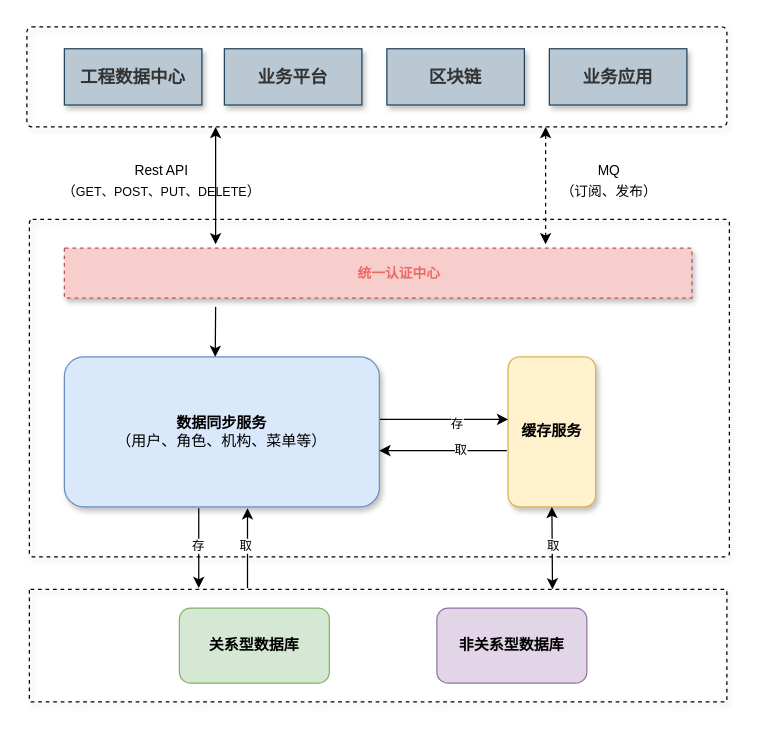
The draw.io diagram page "第 1 页" (1 of 2) of 东庄信息化项目-统一权限管理-审计.drawio in sun-beijixing/drawio, before the edit. Source tidied: cells renumbered, new cells numbered last; positions are measured from the earlier drawing's top-left corner, leaving out a move shared by most shapes. Both pictures are drawn from the tidied source at 125%, with x=0, y=0 at pixel (26, 26).
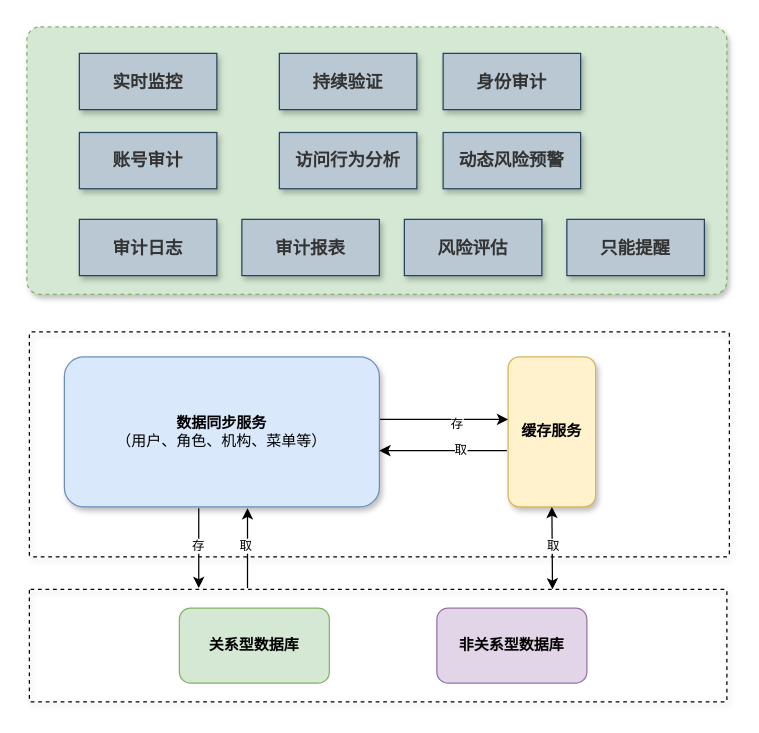
The same page after the edit.

Commit message (it also covers changes not shown here):
更新东庄信息化项目-统一权限管理-审计.drawio

The change refers to these unchanged cells:
```xml
<mxCell id="20" value="&lt;b&gt;数据同步服务&lt;/b&gt;&lt;br&gt;（用户、角色、机构、菜单等）" style="rounded=1;whiteSpace=wrap;html=1;fillColor=#dae8fc;strokeColor=#6c8ebf;shadow=1;arcSize=13;" parent="1" vertex="1">
  <mxGeometry x="30" y="264" width="252" height="120" as="geometry" />
</mxCell>
```

Change to the diagram source:
```diff
@@
     <mxCell id="2" style="text;html=1;fillColor=none;align=center;verticalAlign=middle;whiteSpace=wrap;fontSize=54;fontStyle=1;shadow=1;rounded=1;glass=0;sketch=0;arcSize=1;dashed=1;strokeWidth=1;strokeColor=default;" parent="1" vertex="1">
-      <mxGeometry x="2" y="154" width="560" height="270" as="geometry" />
+      <mxGeometry x="2" y="244" width="560" height="180" as="geometry" />
     </mxCell>
-    <mxCell id="3" style="rounded=1;whiteSpace=wrap;html=1;shadow=1;fontSize=11;strokeWidth=1;fillColor=none;dashed=1;arcSize=5;" parent="1" vertex="1">
-      <mxGeometry width="560" height="80" as="geometry" />
+    <mxCell id="3" style="rounded=1;whiteSpace=wrap;html=1;shadow=1;fontSize=11;strokeWidth=1;fillColor=#d5e8d4;dashed=1;arcSize=5;strokeColor=#82b366;" parent="1" vertex="1">
+      <mxGeometry width="560" height="214" as="geometry" />
     </mxCell>
-    <mxCell id="4" style="text;html=1;fillColor=#f8cecc;align=center;verticalAlign=middle;whiteSpace=wrap;fontSize=54;fontStyle=1;shadow=1;rounded=1;glass=0;sketch=0;arcSize=1;dashed=1;strokeWidth=1;strokeColor=#b85450;" parent="1" vertex="1">
-      <mxGeometry x="30" y="177" width="502" height="40" as="geometry" />
-    </mxCell>
-    <mxCell id="5" value="&lt;b style=&quot;color: rgb(51, 51, 51); font-size: 14px;&quot;&gt;工程数据中心&lt;/b&gt;" style="rounded=0;whiteSpace=wrap;html=1;shadow=1;fontSize=11;strokeColor=#23445d;strokeWidth=1;fillColor=#bac8d3;" parent="1" vertex="1">
-      <mxGeometry x="30" y="17.5" width="110" height="45" as="geometry" />
+    <mxCell id="5" value="&lt;b style=&quot;color: rgb(51, 51, 51); font-size: 14px;&quot;&gt;实时监控&lt;/b&gt;" style="rounded=0;whiteSpace=wrap;html=1;shadow=1;fontSize=11;strokeColor=#23445d;strokeWidth=1;fillColor=#bac8d3;" parent="1" vertex="1">
+      <mxGeometry x="42" y="21.2" width="110" height="45" as="geometry" />
     </mxCell>
-    <mxCell id="6" value="&lt;b style=&quot;color: rgb(51, 51, 51); font-size: 14px;&quot;&gt;业务应用&lt;/b&gt;" style="rounded=0;whiteSpace=wrap;html=1;shadow=1;fontSize=11;strokeColor=#23445d;strokeWidth=1;fillColor=#bac8d3;" parent="1" vertex="1">
-      <mxGeometry x="418" y="17.5" width="110" height="45" as="geometry" />
+    <mxCell id="6" value="&lt;b style=&quot;color: rgb(51, 51, 51); font-size: 14px;&quot;&gt;账号审计&lt;/b&gt;" style="rounded=0;whiteSpace=wrap;html=1;shadow=1;fontSize=11;strokeColor=#23445d;strokeWidth=1;fillColor=#bac8d3;" parent="1" vertex="1">
+      <mxGeometry x="42" y="84.5" width="110" height="45" as="geometry" />
     </mxCell>
-    <mxCell id="7" value="&lt;b&gt;&lt;font color=&quot;#ea6b66&quot;&gt;统一认证中心&lt;/font&gt;&lt;/b&gt;" style="text;html=1;strokeColor=none;fillColor=none;align=center;verticalAlign=middle;whiteSpace=wrap;rounded=0;shadow=1;fontSize=11;" parent="1" vertex="1">
-      <mxGeometry x="228" y="185" width="140" height="24" as="geometry" />
-    </mxCell>
-    <mxCell id="8" value="&lt;font style=&quot;font-size: 11px;&quot;&gt;MQ&lt;br&gt;（订阅、发布）&lt;br&gt;&lt;/font&gt;" style="text;html=1;strokeColor=none;fillColor=none;align=center;verticalAlign=middle;whiteSpace=wrap;rounded=0;shadow=1;fontSize=14;" parent="1" vertex="1">
-      <mxGeometry x="420" y="110" width="92" height="24" as="geometry" />
-    </mxCell>
-    <mxCell id="9" style="endArrow=classic;startArrow=classic;html=1;rounded=0;dashed=1;fontSize=11;fontColor=#000000;strokeColor=#000000;jumpStyle=none;entryX=0.75;entryY=1;entryDx=0;entryDy=0;" parent="1" edge="1">
-      <mxGeometry relative="1" as="geometry">
-        <mxPoint x="415" y="174" as="sourcePoint" />
-        <mxPoint x="415" y="80" as="targetPoint" />
-        <Array as="points">
-          <mxPoint x="415" y="124" />
-        </Array>
-      </mxGeometry>
-    </mxCell>
@@
-    <mxCell id="14" value="&lt;font style=&quot;font-size: 11px;&quot;&gt;Rest API&lt;br&gt;&lt;/font&gt;&lt;font style=&quot;font-size: 11px;&quot;&gt;（&lt;span style=&quot;font-size: 10px;&quot;&gt;GET、POST、PUT、DELETE&lt;/span&gt;）&lt;/font&gt;&lt;font style=&quot;font-size: 11px;&quot;&gt;&lt;br&gt;&lt;/font&gt;" style="text;html=1;strokeColor=none;fillColor=none;align=center;verticalAlign=middle;whiteSpace=wrap;rounded=0;shadow=1;fontSize=14;" parent="1" vertex="1">
-      <mxGeometry x="12" y="104.5" width="192" height="35" as="geometry" />
-    </mxCell>
-    <mxCell id="15" style="endArrow=classic;startArrow=classic;html=1;rounded=0;fontSize=11;fontColor=#000000;strokeColor=#000000;jumpStyle=none;entryX=0.25;entryY=1;entryDx=0;entryDy=0;" parent="1" edge="1">
-      <mxGeometry relative="1" as="geometry">
-        <mxPoint x="151" y="174" as="sourcePoint" />
-        <mxPoint x="151" y="80" as="targetPoint" />
-      </mxGeometry>
-    </mxCell>
@@
-    <mxCell id="21" style="endArrow=classic;html=1;rounded=0;fontSize=10;entryX=0.479;entryY=0;entryDx=0;entryDy=0;entryPerimeter=0;" parent="1" edge="1" target="20">
-      <mxGeometry relative="1" as="geometry">
-        <mxPoint x="151" y="224" as="sourcePoint" />
-      </mxGeometry>
-    </mxCell>
@@
-    <mxCell id="28" value="&lt;b style=&quot;color: rgb(51, 51, 51); font-size: 14px;&quot;&gt;业务平台&lt;/b&gt;" style="rounded=0;whiteSpace=wrap;html=1;shadow=1;fontSize=11;strokeColor=#23445d;strokeWidth=1;fillColor=#bac8d3;" parent="1" vertex="1">
-      <mxGeometry x="158" y="17.5" width="110" height="45" as="geometry" />
+    <mxCell id="28" value="&lt;b style=&quot;color: rgb(51, 51, 51); font-size: 14px;&quot;&gt;持续验证&lt;/b&gt;" style="rounded=0;whiteSpace=wrap;html=1;shadow=1;fontSize=11;strokeColor=#23445d;strokeWidth=1;fillColor=#bac8d3;" parent="1" vertex="1">
+      <mxGeometry x="202" y="21.2" width="110" height="45" as="geometry" />
     </mxCell>
-    <mxCell id="29" value="&lt;b style=&quot;color: rgb(51, 51, 51); font-size: 14px;&quot;&gt;区块链&lt;/b&gt;" style="rounded=0;whiteSpace=wrap;html=1;shadow=1;fontSize=11;strokeColor=#23445d;strokeWidth=1;fillColor=#bac8d3;" parent="1" vertex="1">
-      <mxGeometry x="288" y="17.5" width="110" height="45" as="geometry" />
+    <mxCell id="29" value="&lt;b style=&quot;color: rgb(51, 51, 51); font-size: 14px;&quot;&gt;身份审计&lt;/b&gt;" style="rounded=0;whiteSpace=wrap;html=1;shadow=1;fontSize=11;strokeColor=#23445d;strokeWidth=1;fillColor=#bac8d3;" parent="1" vertex="1">
+      <mxGeometry x="333" y="21.2" width="110" height="45" as="geometry" />
     </mxCell>
+    <mxCell id="30" value="&lt;b style=&quot;color: rgb(51, 51, 51); font-size: 14px;&quot;&gt;访问行为分析&lt;/b&gt;" style="rounded=0;whiteSpace=wrap;html=1;shadow=1;fontSize=11;strokeColor=#23445d;strokeWidth=1;fillColor=#bac8d3;" parent="1" vertex="1">
+      <mxGeometry x="202" y="84.5" width="110" height="45" as="geometry" />
+    </mxCell>
+    <mxCell id="31" value="&lt;b style=&quot;color: rgb(51, 51, 51); font-size: 14px;&quot;&gt;动态风险预警&lt;/b&gt;" style="rounded=0;whiteSpace=wrap;html=1;shadow=1;fontSize=11;strokeColor=#23445d;strokeWidth=1;fillColor=#bac8d3;" parent="1" vertex="1">
+      <mxGeometry x="333" y="84.5" width="110" height="45" as="geometry" />
+    </mxCell>
+    <mxCell id="32" value="&lt;b style=&quot;color: rgb(51, 51, 51); font-size: 14px;&quot;&gt;审计日志&lt;/b&gt;" style="rounded=0;whiteSpace=wrap;html=1;shadow=1;fontSize=11;strokeColor=#23445d;strokeWidth=1;fillColor=#bac8d3;" parent="1" vertex="1">
+      <mxGeometry x="42" y="154" width="110" height="45" as="geometry" />
+    </mxCell>
+    <mxCell id="33" value="&lt;b style=&quot;color: rgb(51, 51, 51); font-size: 14px;&quot;&gt;审计报表&lt;/b&gt;" style="rounded=0;whiteSpace=wrap;html=1;shadow=1;fontSize=11;strokeColor=#23445d;strokeWidth=1;fillColor=#bac8d3;" parent="1" vertex="1">
+      <mxGeometry x="172" y="154" width="110" height="45" as="geometry" />
+    </mxCell>
+    <mxCell id="34" value="&lt;font color=&quot;#333333&quot;&gt;&lt;span style=&quot;font-size: 14px;&quot;&gt;&lt;b&gt;风险评估&lt;/b&gt;&lt;/span&gt;&lt;/font&gt;" style="rounded=0;whiteSpace=wrap;html=1;shadow=1;fontSize=11;strokeColor=#23445d;strokeWidth=1;fillColor=#bac8d3;" parent="1" vertex="1">
+      <mxGeometry x="302" y="154" width="110" height="45" as="geometry" />
+    </mxCell>
+    <mxCell id="35" value="&lt;font color=&quot;#333333&quot;&gt;&lt;span style=&quot;font-size: 14px;&quot;&gt;&lt;b&gt;只能提醒&lt;/b&gt;&lt;/span&gt;&lt;/font&gt;" style="rounded=0;whiteSpace=wrap;html=1;shadow=1;fontSize=11;strokeColor=#23445d;strokeWidth=1;fillColor=#bac8d3;" parent="1" vertex="1">
+      <mxGeometry x="432" y="154" width="110" height="45" as="geometry" />
+    </mxCell>
```
